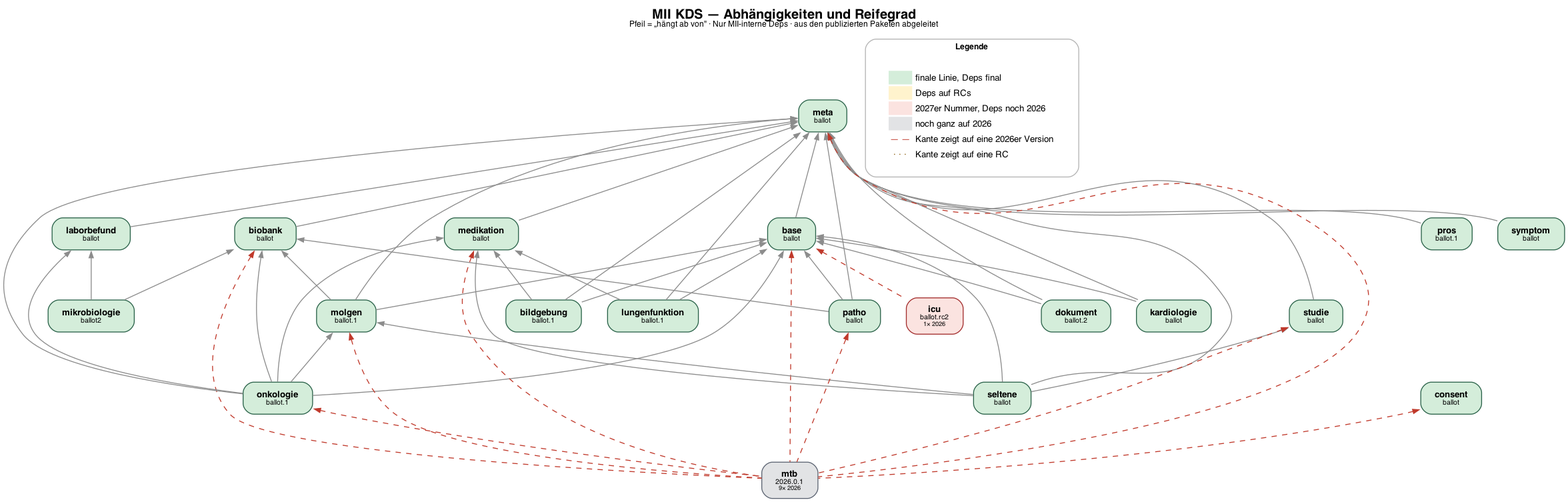
Earlier version of the Graphviz export status/dependency-graph.png (medizininformatik-initiative/kerndatensatz-complete). Its source is kept beside it as status/dependency-graph.dot.
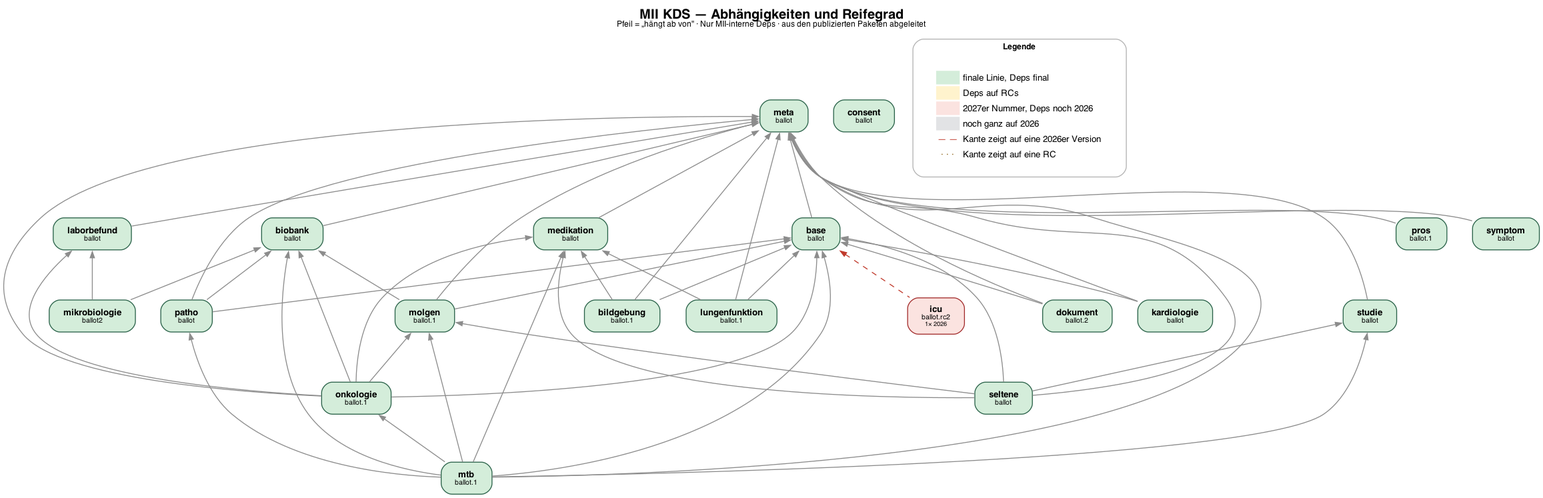
After the change.

Diff of the diagram source:
```diff
@@ -16,6 +16,7 @@
   meta [label=<<B>meta</B><BR/><FONT POINT-SIZE="8">ballot</FONT>>, fillcolor="#d4edda", color="#2a6249"];
   mikrobiologie [label=<<B>mikrobiologie</B><BR/><FONT POINT-SIZE="8">ballot2</FONT>>, fillcolor="#d4edda", color="#2a6249"];
   molgen [label=<<B>molgen</B><BR/><FONT POINT-SIZE="8">ballot.1</FONT>>, fillcolor="#d4edda", color="#2a6249"];
+  mtb [label=<<B>mtb</B><BR/><FONT POINT-SIZE="8">ballot.1</FONT>>, fillcolor="#d4edda", color="#2a6249"];
   onkologie [label=<<B>onkologie</B><BR/><FONT POINT-SIZE="8">ballot.1</FONT>>, fillcolor="#d4edda", color="#2a6249"];
   patho [label=<<B>patho</B><BR/><FONT POINT-SIZE="8">ballot</FONT>>, fillcolor="#d4edda", color="#2a6249"];
   pros [label=<<B>pros</B><BR/><FONT POINT-SIZE="8">ballot.1</FONT>>, fillcolor="#d4edda", color="#2a6249"];
@@ -23,7 +24,6 @@
   studie [label=<<B>studie</B><BR/><FONT POINT-SIZE="8">ballot</FONT>>, fillcolor="#d4edda", color="#2a6249"];
   symptom [label=<<B>symptom</B><BR/><FONT POINT-SIZE="8">ballot</FONT>>, fillcolor="#d4edda", color="#2a6249"];
   icu [label=<<B>icu</B><BR/><FONT POINT-SIZE="8">ballot.rc2</FONT><BR/><FONT POINT-SIZE="7">1× 2026</FONT>>, fillcolor="#fbe3e0", color="#a32e2e"];
-  mtb [label=<<B>mtb</B><BR/><FONT POINT-SIZE="8">2026.0.1</FONT><BR/><FONT POINT-SIZE="7">9× 2026</FONT>>, fillcolor="#e2e3e5", color="#5c6472"];
   meta -> base;
   base -> bildgebung;
   medikation -> bildgebung;
@@ -44,15 +44,14 @@
   base -> molgen;
   biobank -> molgen;
   meta -> molgen;
-  base -> mtb [color="#c0392b", style=dashed];
-  biobank -> mtb [color="#c0392b", style=dashed];
-  consent -> mtb [color="#c0392b", style=dashed];
-  medikation -> mtb [color="#c0392b", style=dashed];
-  meta -> mtb [color="#c0392b", style=dashed];
-  molgen -> mtb [color="#c0392b", style=dashed];
-  onkologie -> mtb [color="#c0392b", style=dashed];
-  patho -> mtb [color="#c0392b", style=dashed];
-  studie -> mtb [color="#c0392b", style=dashed];
+  base -> mtb;
+  biobank -> mtb;
+  medikation -> mtb;
+  meta -> mtb;
+  molgen -> mtb;
+  onkologie -> mtb;
+  patho -> mtb;
+  studie -> mtb;
   base -> onkologie;
   biobank -> onkologie;
   laborbefund -> onkologie;
```
